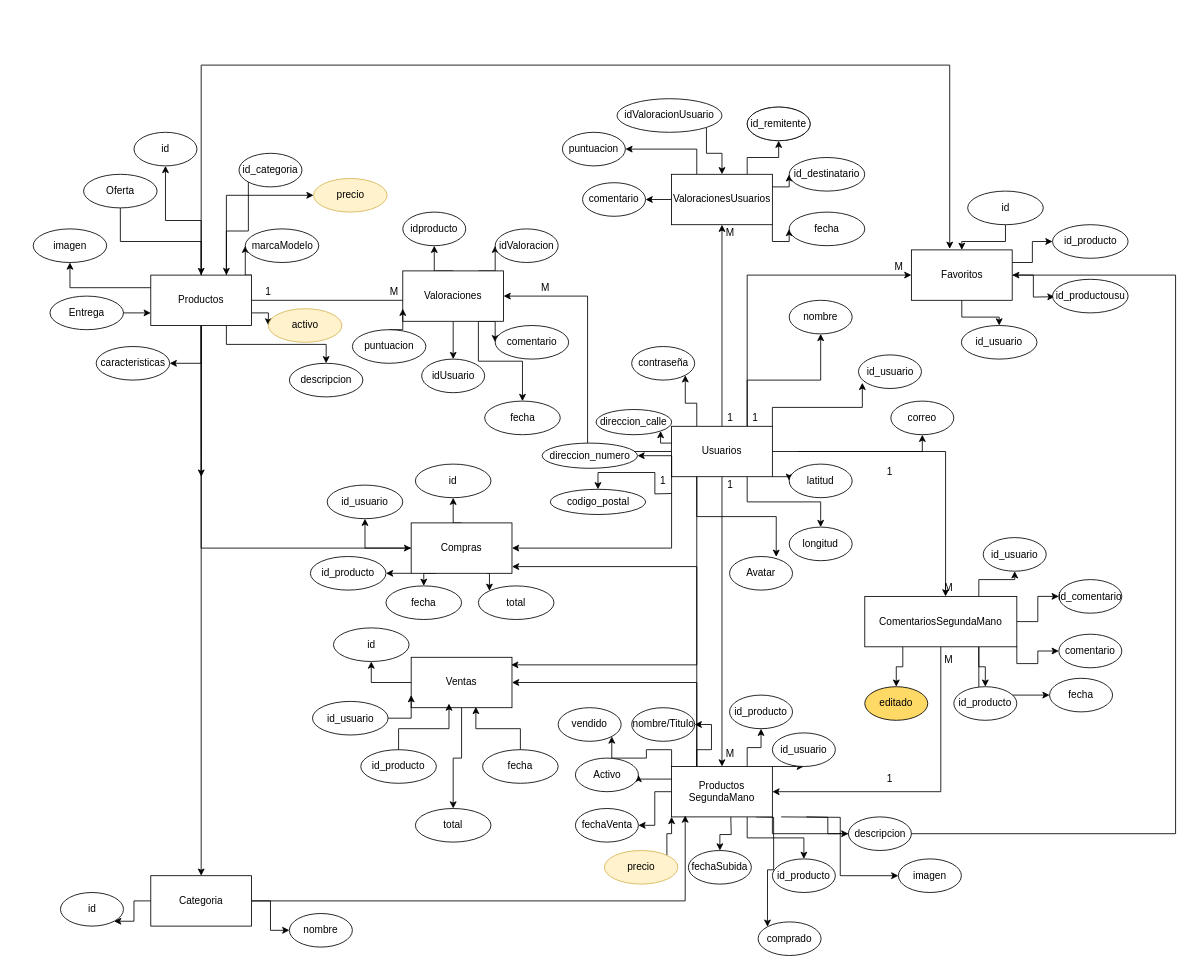
robertobordera/DigitalStore keeps this draw.io diagram as TFG.drawio. Above is the earlier version. Source tidied: cells renumbered, new cells numbered last; positions are measured from the earlier drawing's top-left corner, leaving out a move shared by most shapes. Both pictures are drawn from the tidied source at 84%, with x=0, y=0 at pixel (33, 65).
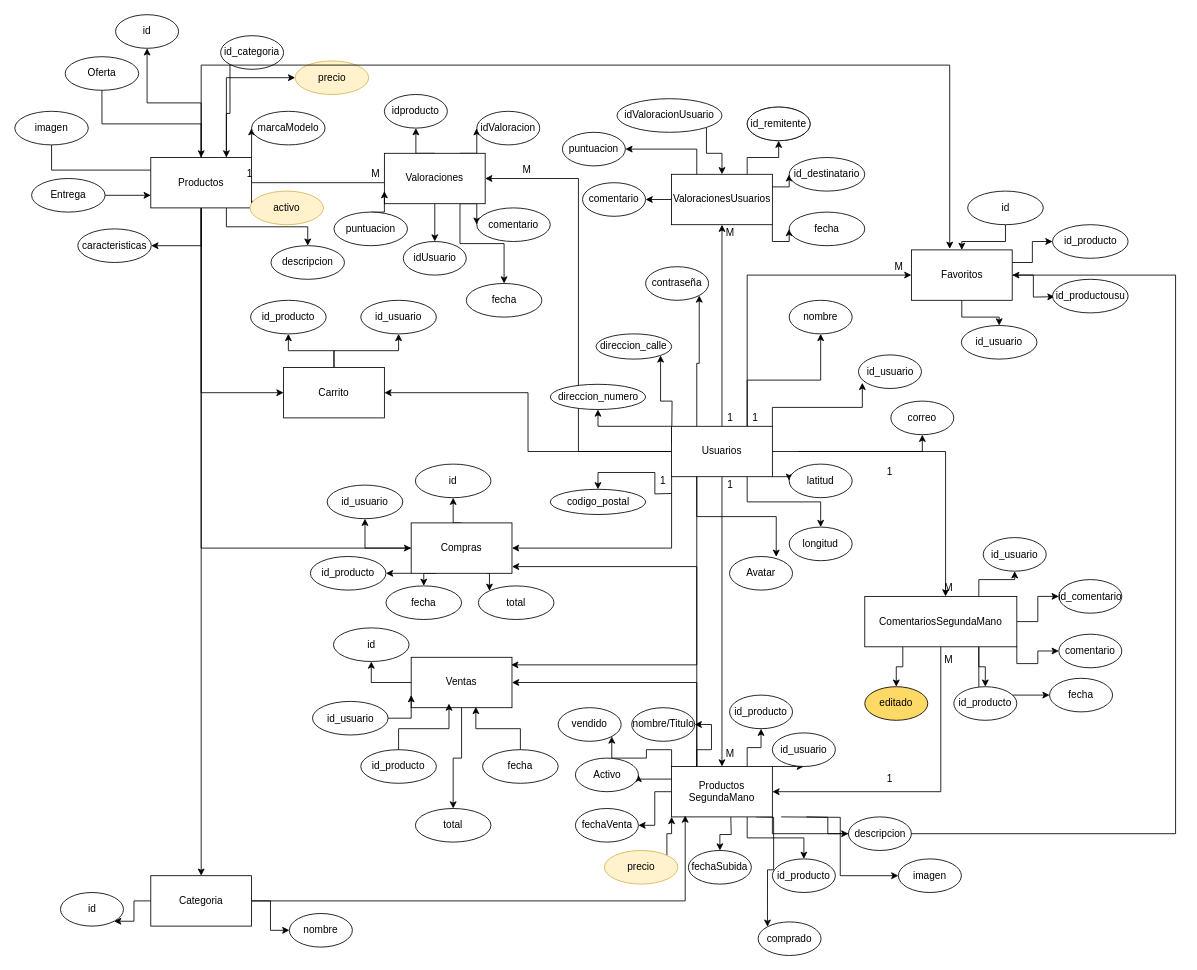
Above is the later version.

Commit message (it also covers changes not shown here):
se añade el carrito

The change refers to these unchanged cells:
```xml
<mxCell id="33" value="Usuarios" style="rounded=0;whiteSpace=wrap;html=1;" parent="1" vertex="1">
  <mxGeometry x="760" y="430" width="120" height="60" as="geometry" />
</mxCell>
<mxCell id="38" value="1" style="text;html=1;align=center;verticalAlign=middle;whiteSpace=wrap;rounded=0;" parent="1" vertex="1">
  <mxGeometry x="740.1" y="490" width="20" height="10" as="geometry" />
</mxCell>
```

Diff of the diagram source:
```diff
@@
     <mxCell id="2" style="edgeStyle=orthogonalEdgeStyle;rounded=0;jettySize=auto;html=1;exitX=1;exitY=0.5;exitDx=0;exitDy=0;entryX=-0.008;entryY=0.62;entryDx=0;entryDy=0;entryPerimeter=0;" parent="1" edge="1" source="13" target="19">
       <mxGeometry relative="1" as="geometry">
         <Array as="points">
-          <mxPoint x="509" y="280" />
+          <mxPoint x="487.1" y="140" />
         </Array>
       </mxGeometry>
     </mxCell>
@@
-    <mxCell id="12" style="edgeStyle=orthogonalEdgeStyle;rounded=0;jettySize=auto;html=1;exitX=0.5;exitY=1;exitDx=0;exitDy=0;" parent="1" edge="1" source="13">
-      <mxGeometry relative="1" as="geometry">
-        <mxPoint x="200.1" y="490" as="targetPoint" />
-      </mxGeometry>
-    </mxCell>
+    <mxCell id="176" style="edgeStyle=orthogonalEdgeStyle;rounded=0;jettySize=auto;html=1;exitX=0.5;exitY=1;exitDx=0;exitDy=0;entryX=0;entryY=0.5;entryDx=0;entryDy=0;" parent="1" edge="1" source="13" target="181">
+      <mxGeometry relative="1" as="geometry" />
+    </mxCell>
     <mxCell id="13" value="&lt;div&gt;&lt;br&gt;&lt;/div&gt;Productos&lt;div&gt;&lt;br&gt;&lt;/div&gt;" style="rounded=0;whiteSpace=wrap;html=1;" parent="1" vertex="1">
-      <mxGeometry x="140" y="250" width="120" height="60" as="geometry" />
+      <mxGeometry x="140" y="110" width="120" height="60" as="geometry" />
     </mxCell>
@@
     <mxCell id="19" value="Valoraciones" style="rounded=0;whiteSpace=wrap;html=1;" parent="1" vertex="1">
-      <mxGeometry x="440" y="245" width="120" height="60" as="geometry" />
+      <mxGeometry x="418.1" y="105" width="120" height="60" as="geometry" />
     </mxCell>
@@
+    <mxCell id="177" style="edgeStyle=orthogonalEdgeStyle;rounded=0;jettySize=auto;html=1;exitX=0;exitY=0;exitDx=0;exitDy=0;entryX=0.5;entryY=1;entryDx=0;entryDy=0;" parent="1" edge="1" source="33" target="104">
+      <mxGeometry relative="1" as="geometry">
+        <Array as="points">
+          <mxPoint x="672" y="430" />
+        </Array>
+      </mxGeometry>
+    </mxCell>
+    <mxCell id="178" style="edgeStyle=orthogonalEdgeStyle;rounded=0;jettySize=auto;html=1;exitX=0;exitY=0.5;exitDx=0;exitDy=0;entryX=1;entryY=0.5;entryDx=0;entryDy=0;" parent="1" edge="1" source="33" target="181">
+      <mxGeometry relative="1" as="geometry" />
+    </mxCell>
@@
     <mxCell id="34" value="M" style="text;html=1;align=center;verticalAlign=middle;whiteSpace=wrap;rounded=0;" parent="1" vertex="1">
-      <mxGeometry x="420" y="265" width="20" height="10" as="geometry" />
+      <mxGeometry x="398.1" y="125" width="20" height="10" as="geometry" />
     </mxCell>
     <mxCell id="35" value="1" style="text;html=1;align=center;verticalAlign=middle;whiteSpace=wrap;rounded=0;" parent="1" vertex="1">
-      <mxGeometry x="270" y="265" width="20" height="10" as="geometry" />
+      <mxGeometry x="248.1" y="125" width="20" height="10" as="geometry" />
     </mxCell>
     <mxCell id="36" value="M" style="text;html=1;align=center;verticalAlign=middle;whiteSpace=wrap;rounded=0;" parent="1" vertex="1">
-      <mxGeometry x="600" y="260" width="20" height="10" as="geometry" />
+      <mxGeometry x="578.1" y="120" width="20" height="10" as="geometry" />
     </mxCell>
-    <mxCell id="37" style="edgeStyle=orthogonalEdgeStyle;rounded=0;jettySize=auto;html=1;exitX=1;exitY=0;exitDx=0;exitDy=0;entryX=1;entryY=0.5;entryDx=0;entryDy=0;" parent="1" edge="1" source="38" target="104">
-      <mxGeometry relative="1" as="geometry" />
-    </mxCell>
@@
     <mxCell id="75" value="id" style="ellipse;whiteSpace=wrap;html=1;" parent="1" vertex="1">
-      <mxGeometry x="120" y="80" width="75" height="40" as="geometry" />
+      <mxGeometry x="98.1" y="-60" width="75" height="40" as="geometry" />
     </mxCell>
     <mxCell id="76" value="marcaModelo" style="ellipse;whiteSpace=wrap;html=1;" parent="1" vertex="1">
-      <mxGeometry x="252.5" y="195" width="87.5" height="40" as="geometry" />
+      <mxGeometry x="260" y="55" width="87.5" height="40" as="geometry" />
     </mxCell>
     <mxCell id="77" value="imagen" style="ellipse;whiteSpace=wrap;html=1;" parent="1" vertex="1">
-      <mxGeometry y="195" width="87.5" height="40" as="geometry" />
+      <mxGeometry x="-21.9" y="55" width="87.5" height="40" as="geometry" />
     </mxCell>
     <mxCell id="78" value="caracteristicas" style="ellipse;whiteSpace=wrap;html=1;" parent="1" vertex="1">
-      <mxGeometry x="75" y="335" width="87.5" height="40" as="geometry" />
+      <mxGeometry x="53.1" y="195" width="87.5" height="40" as="geometry" />
     </mxCell>
     <mxCell id="79" value="descripcion" style="ellipse;whiteSpace=wrap;html=1;" parent="1" vertex="1">
-      <mxGeometry x="305" y="355" width="87.5" height="40" as="geometry" />
+      <mxGeometry x="283.1" y="215" width="87.5" height="40" as="geometry" />
     </mxCell>
@@
     <mxCell id="81" value="Entrega" style="ellipse;whiteSpace=wrap;html=1;" parent="1" vertex="1">
-      <mxGeometry x="20" y="275" width="87.5" height="40" as="geometry" />
+      <mxGeometry x="-1.9" y="135" width="87.5" height="40" as="geometry" />
     </mxCell>
     <mxCell id="82" value="idproducto" style="ellipse;whiteSpace=wrap;html=1;" parent="1" vertex="1">
-      <mxGeometry x="440" y="175" width="75" height="40" as="geometry" />
+      <mxGeometry x="418.1" y="35" width="75" height="40" as="geometry" />
     </mxCell>
     <mxCell id="83" value="idUsuario" style="ellipse;whiteSpace=wrap;html=1;" parent="1" vertex="1">
-      <mxGeometry x="462.5" y="350" width="75" height="40" as="geometry" />
+      <mxGeometry x="440.6" y="210" width="75" height="40" as="geometry" />
     </mxCell>
     <mxCell id="84" value="idValoracion" style="ellipse;whiteSpace=wrap;html=1;" parent="1" vertex="1">
-      <mxGeometry x="550" y="195" width="75" height="40" as="geometry" />
+      <mxGeometry x="528.1" y="55" width="75" height="40" as="geometry" />
     </mxCell>
@@
     <mxCell id="86" value="puntuacion" style="ellipse;whiteSpace=wrap;html=1;" parent="1" vertex="1">
-      <mxGeometry x="380" y="315" width="87.5" height="40" as="geometry" />
+      <mxGeometry x="358.1" y="175" width="87.5" height="40" as="geometry" />
     </mxCell>
     <mxCell id="87" value="comentario" style="ellipse;whiteSpace=wrap;html=1;" parent="1" vertex="1">
-      <mxGeometry x="550" y="310" width="87.5" height="40" as="geometry" />
+      <mxGeometry x="528.1" y="170" width="87.5" height="40" as="geometry" />
     </mxCell>
@@
     <mxCell id="89" value="Oferta" style="ellipse;whiteSpace=wrap;html=1;" parent="1" vertex="1">
-      <mxGeometry x="60" y="130" width="87.5" height="40" as="geometry" />
+      <mxGeometry x="38.1" y="-10" width="87.5" height="40" as="geometry" />
     </mxCell>
@@
     <mxCell id="98" value="fecha" style="ellipse;whiteSpace=wrap;html=1;" parent="1" vertex="1">
-      <mxGeometry x="537.5" y="400" width="90" height="40" as="geometry" />
+      <mxGeometry x="515.6" y="260" width="90" height="40" as="geometry" />
     </mxCell>
@@
     <mxCell id="101" value="contraseña" style="ellipse;whiteSpace=wrap;html=1;" parent="1" vertex="1">
-      <mxGeometry x="712.5" y="335" width="75" height="40" as="geometry" />
+      <mxGeometry x="729.1" y="240" width="75" height="40" as="geometry" />
     </mxCell>
@@
     <mxCell id="103" value="&lt;div&gt;&lt;br&gt;&lt;/div&gt;direccion_calle&lt;div&gt;&lt;br&gt;&lt;/div&gt;" style="ellipse;whiteSpace=wrap;html=1;" parent="1" vertex="1">
-      <mxGeometry x="670.1" y="410" width="90" height="30" as="geometry" />
+      <mxGeometry x="670.1" y="320" width="90" height="30" as="geometry" />
     </mxCell>
     <mxCell id="104" value="&lt;div&gt;&lt;br&gt;&lt;/div&gt;direccion_numero&lt;div&gt;&lt;br&gt;&lt;/div&gt;" style="ellipse;whiteSpace=wrap;html=1;" parent="1" vertex="1">
-      <mxGeometry x="605.9" y="450" width="113.5" height="30" as="geometry" />
+      <mxGeometry x="615.6" y="380" width="113.5" height="30" as="geometry" />
     </mxCell>
@@
     <mxCell id="149" value="activo" style="ellipse;whiteSpace=wrap;html=1;fillColor=#fff2cc;strokeColor=#d6b656;" parent="1" vertex="1">
-      <mxGeometry x="280" y="290" width="87.5" height="40" as="geometry" />
+      <mxGeometry x="258.1" y="150" width="87.5" height="40" as="geometry" />
     </mxCell>
@@
     <mxCell id="156" value="id_categoria" style="ellipse;whiteSpace=wrap;html=1;" parent="1" vertex="1">
-      <mxGeometry x="245" y="105" width="75" height="40" as="geometry" />
+      <mxGeometry x="223.1" y="-35" width="75" height="40" as="geometry" />
     </mxCell>
@@
     <mxCell id="158" value="precio" style="ellipse;whiteSpace=wrap;html=1;fillColor=#fff2cc;strokeColor=#d6b656;" parent="1" vertex="1">
-      <mxGeometry x="333.8" y="135" width="87.5" height="40" as="geometry" />
+      <mxGeometry x="311.9" y="-5" width="87.5" height="40" as="geometry" />
     </mxCell>
@@
+    <mxCell id="179" style="edgeStyle=orthogonalEdgeStyle;rounded=0;jettySize=auto;html=1;exitX=0.5;exitY=0;exitDx=0;exitDy=0;entryX=0.5;entryY=1;entryDx=0;entryDy=0;" parent="1" edge="1" source="181" target="182">
+      <mxGeometry relative="1" as="geometry" />
+    </mxCell>
+    <mxCell id="180" style="edgeStyle=orthogonalEdgeStyle;rounded=0;jettySize=auto;html=1;exitX=0.5;exitY=0;exitDx=0;exitDy=0;entryX=0.5;entryY=1;entryDx=0;entryDy=0;" parent="1" edge="1" source="181" target="183">
+      <mxGeometry relative="1" as="geometry" />
+    </mxCell>
+    <mxCell id="181" value="&lt;div&gt;Carrito&lt;/div&gt;" style="rounded=0;whiteSpace=wrap;html=1;" parent="1" vertex="1">
+      <mxGeometry x="298.1" y="360" width="120" height="60" as="geometry" />
+    </mxCell>
+    <mxCell id="182" value="id_producto" style="ellipse;whiteSpace=wrap;html=1;" parent="1" vertex="1">
+      <mxGeometry x="258.8" y="280" width="90" height="40" as="geometry" />
+    </mxCell>
+    <mxCell id="183" value="id_usuario" style="ellipse;whiteSpace=wrap;html=1;" parent="1" vertex="1">
+      <mxGeometry x="390" y="280" width="90" height="40" as="geometry" />
+    </mxCell>
```
